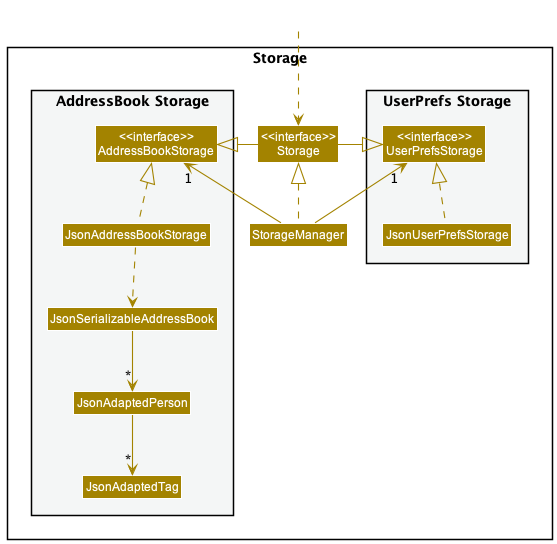
The PlantUML diagram docs/images/StorageClassDiagram.png in nus-cs2103-AY2223S1/tp, before a commit.
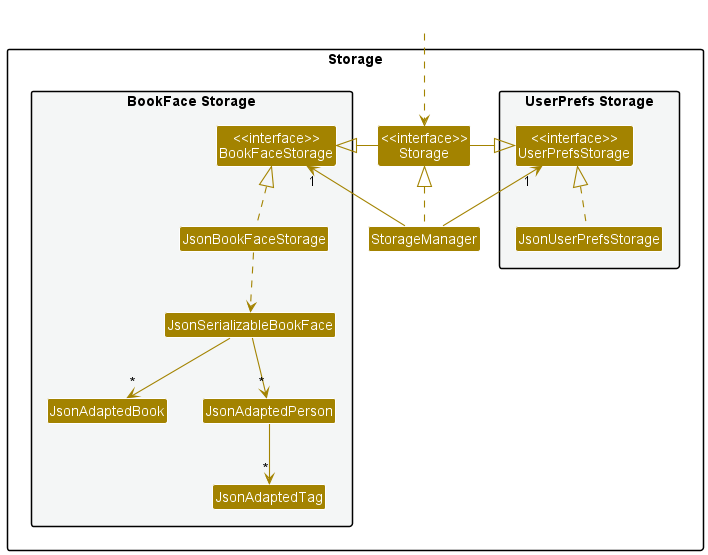
The same file after the commit.

Diff of the diagram source:
```diff
@@ -14,10 +14,11 @@
 Class "<<interface>>\nStorage" as Storage
 Class StorageManager
 
-package "AddressBook Storage" #F4F6F6{
-Class "<<interface>>\nAddressBookStorage" as AddressBookStorage
-Class JsonAddressBookStorage
-Class JsonSerializableAddressBook
+package "BookFace Storage" #F4F6F6{
+Class "<<interface>>\nBookFaceStorage" as BookFaceStorage
+Class JsonBookFaceStorage
+Class JsonSerializableBookFace
+Class JsonAdaptedBook
 Class JsonAdaptedPerson
 Class JsonAdaptedTag
 }
@@ -29,15 +30,16 @@
 
 StorageManager .up.|> Storage
 StorageManager -up-> "1" UserPrefsStorage
-StorageManager -up-> "1" AddressBookStorage
+StorageManager -up-> "1" BookFaceStorage
 
 Storage -left-|> UserPrefsStorage
-Storage -right-|> AddressBookStorage
+Storage -right-|> BookFaceStorage
 
 JsonUserPrefsStorage .up.|> UserPrefsStorage
-JsonAddressBookStorage .up.|> AddressBookStorage
-JsonAddressBookStorage ..> JsonSerializableAddressBook
-JsonSerializableAddressBook --> "*" JsonAdaptedPerson
+JsonBookFaceStorage .up.|> BookFaceStorage
+JsonBookFaceStorage ..> JsonSerializableBookFace
+JsonSerializableBookFace --> "*" JsonAdaptedPerson
+JsonSerializableBookFace --> "*" JsonAdaptedBook
 JsonAdaptedPerson --> "*" JsonAdaptedTag
 
 @enduml
```
